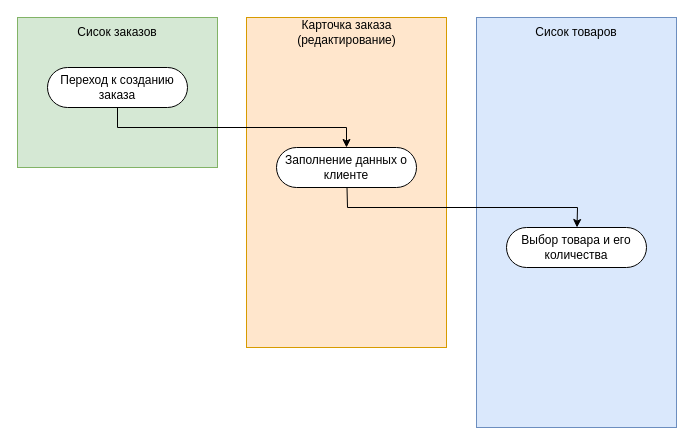
This is order creation.drawio from omelchenkopete/SA, a draw.io file, before an edit. Source tidied: cells renumbered, new cells numbered last; positions are measured from the earlier drawing's top-left corner, leaving out a move shared by most shapes. Both pictures are drawn from the tidied source at 100%, with x=0, y=0 at pixel (17, 17).
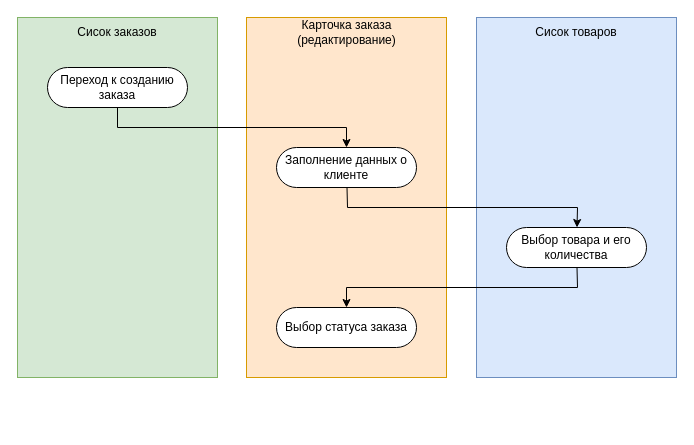
After the change.

The edit, as a diff of the source:
```diff
@@
 <mxGraphModel>
   <root>
     <mxCell id="0" />
     <mxCell id="1" parent="0" />
     <mxCell id="2" style="whiteSpace=wrap;html=1;fillColor=#ffe6cc;strokeColor=#d79b00;" parent="1" vertex="1">
-      <mxGeometry x="229" width="200" height="330" as="geometry" />
+      <mxGeometry x="229" width="200" height="360" as="geometry" />
     </mxCell>
     <mxCell id="3" style="whiteSpace=wrap;html=1;fillColor=#d5e8d4;strokeColor=#82b366;" parent="1" vertex="1">
-      <mxGeometry width="200" height="150" as="geometry" />
+      <mxGeometry width="200" height="360" as="geometry" />
     </mxCell>
     <mxCell id="4" value="Сисок заказов" style="text;html=1;align=center;verticalAlign=middle;whiteSpace=wrap;rounded=0;fontColor=#000000;" parent="1" vertex="1">
       <mxGeometry x="55" width="90" height="30" as="geometry" />
     </mxCell>
     <mxCell id="5" value="Карточка заказа (редактирование)" style="text;html=1;align=center;verticalAlign=middle;whiteSpace=wrap;rounded=0;fontColor=#000000;" parent="1" vertex="1">
       <mxGeometry x="273.5" width="111" height="30" as="geometry" />
     </mxCell>
     <mxCell id="6" value="Переход к созданию заказа" style="rounded=1;whiteSpace=wrap;html=1;arcSize=50;" parent="1" vertex="1">
       <mxGeometry x="30" y="50" width="140" height="40" as="geometry" />
     </mxCell>
     <mxCell id="7" value="Заполнение данных о клиенте" style="rounded=1;whiteSpace=wrap;html=1;arcSize=50;" parent="1" vertex="1">
       <mxGeometry x="259" y="130" width="140" height="40" as="geometry" />
     </mxCell>
     <mxCell id="8" style="endArrow=classic;html=1;rounded=0;" parent="1" edge="1" source="6" target="7">
       <mxGeometry relative="1" as="geometry">
         <Array as="points">
           <mxPoint x="100" y="110" />
           <mxPoint x="329" y="110" />
         </Array>
       </mxGeometry>
     </mxCell>
     <mxCell id="9" style="whiteSpace=wrap;html=1;fillColor=#dae8fc;strokeColor=#6c8ebf;" parent="1" vertex="1">
-      <mxGeometry x="459" width="200" height="410" as="geometry" />
+      <mxGeometry x="459" width="200" height="360" as="geometry" />
     </mxCell>
     <mxCell id="10" value="Сисок товаров" style="text;html=1;align=center;verticalAlign=middle;whiteSpace=wrap;rounded=0;fontColor=#000000;" parent="1" vertex="1">
       <mxGeometry x="514" width="90" height="30" as="geometry" />
     </mxCell>
     <mxCell id="11" value="Выбор товара и его количества" style="rounded=1;whiteSpace=wrap;html=1;arcSize=50;" parent="1" vertex="1">
       <mxGeometry x="489" y="210" width="140" height="40" as="geometry" />
     </mxCell>
     <mxCell id="12" style="endArrow=classic;html=1;rounded=0;" parent="1" edge="1" source="7" target="11">
       <mxGeometry relative="1" as="geometry">
         <Array as="points">
           <mxPoint x="330" y="190" />
           <mxPoint x="560" y="190" />
         </Array>
       </mxGeometry>
     </mxCell>
+    <mxCell id="13" value="Выбор статуса заказа" style="rounded=1;whiteSpace=wrap;html=1;arcSize=50;" parent="1" vertex="1">
+      <mxGeometry x="259" y="290" width="140" height="40" as="geometry" />
+    </mxCell>
+    <mxCell id="14" style="endArrow=classic;html=1;rounded=0;" parent="1" edge="1" source="11" target="13">
+      <mxGeometry relative="1" as="geometry">
+        <Array as="points">
+          <mxPoint x="560" y="270" />
+          <mxPoint x="329" y="270" />
+        </Array>
+      </mxGeometry>
+    </mxCell>
   </root>
 </mxGraphModel>
```
